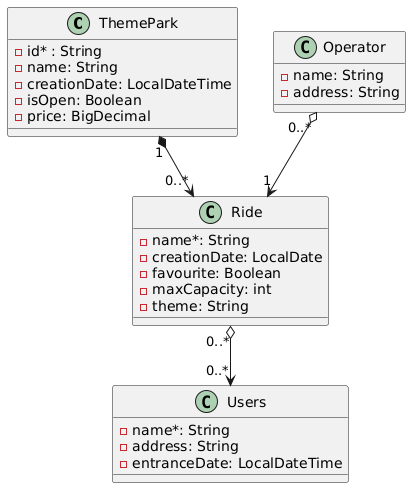
Above: docs/theme-park.models.png in miw-upm/apaw-practice (PlantUML), before the change. Its diagram source:
```plantuml
@startuml
class ThemePark
class Ride
class Operator
class Users

ThemePark "1" *-down-> "0..*" Ride
Ride "0..*" o-down-> "0..*" Users
Operator "0..*" o-down-> "1" Ride

class ThemePark{
 - id* : String
 - name: String
 - creationDate: LocalDateTime
 - isOpen: Boolean
 - price: BigDecimal
}

class Ride{
 - name*: String
 - creationDate: LocalDate
 - favourite: Boolean
 - maxCapacity: int
 - theme: String
}

class Users{
 - name*: String
 - address: String
 - entranceDate: LocalDateTime
}

class Operator{
 - name: String
 - address: String
}
@enduml
```
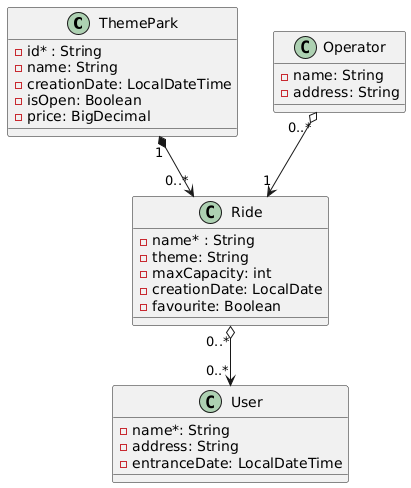
The same file after the commit.

Commit message:
Correction in models and diagram uml #823

The edit, as a diff of the source:
```diff
@@ -2,10 +2,10 @@
 class ThemePark
 class Ride
 class Operator
-class Users
+class User
 
 ThemePark "1" *-down-> "0..*" Ride
-Ride "0..*" o-down-> "0..*" Users
+Ride "0..*" o-down-> "0..*" User
 Operator "0..*" o-down-> "1" Ride
 
 class ThemePark{
@@ -17,14 +17,14 @@
 }
 
 class Ride{
- - name*: String
+ - name* : String
+ - theme: String
+ - maxCapacity: int
  - creationDate: LocalDate
  - favourite: Boolean
- - maxCapacity: int
- - theme: String
 }
 
-class Users{
+class User{
  - name*: String
  - address: String
  - entranceDate: LocalDateTime
```
